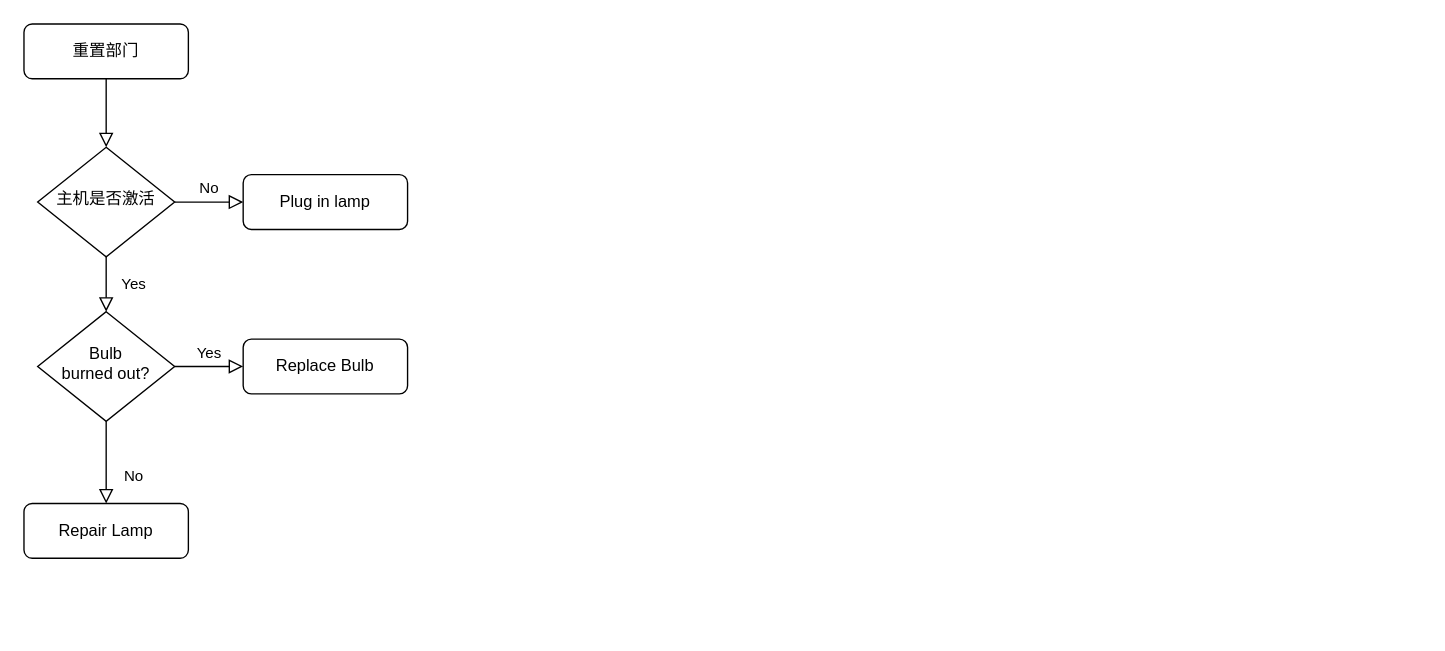
Above: 文档溯源.drawio in stephenZkang/diagrams (draw.io), before the change. Source tidied: cells renumbered, new cells numbered last; positions are measured from the earlier drawing's top-left corner, leaving out a move shared by most shapes. Both pictures are drawn from the tidied source at 137%, with x=0, y=0 at pixel (23, 23).
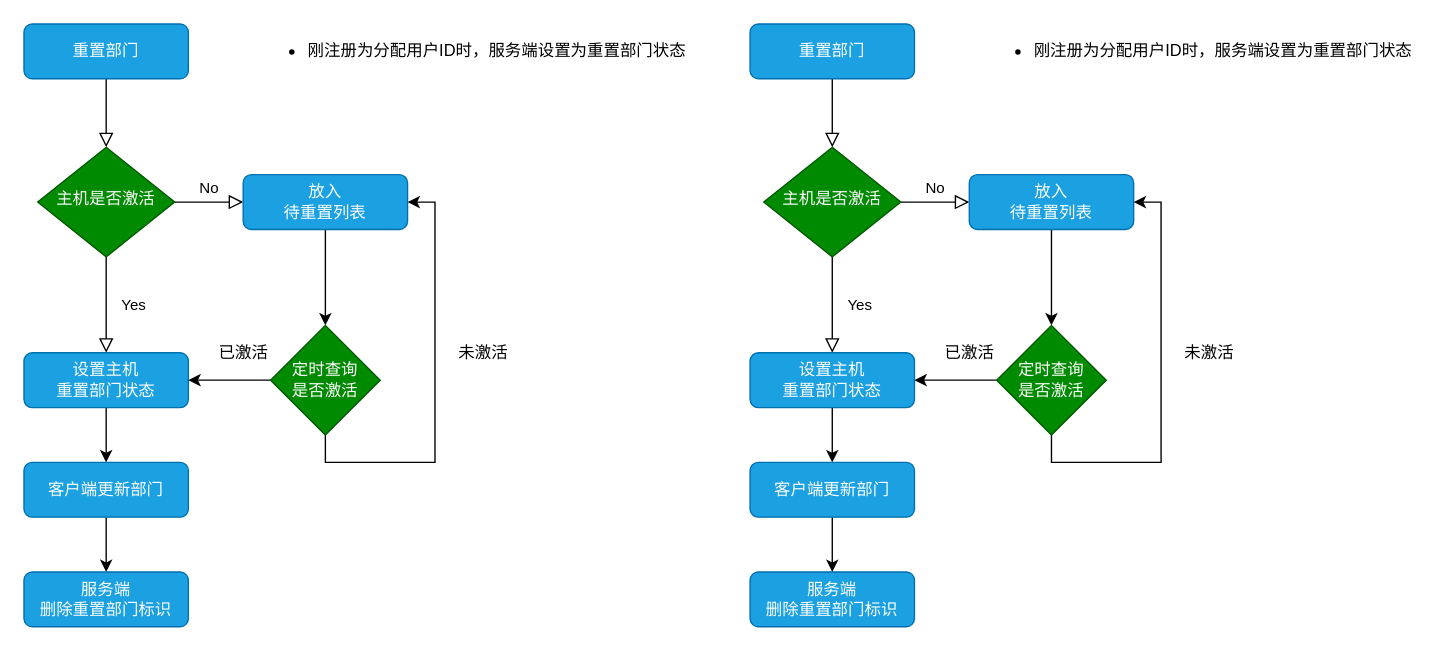
Above is the later version.

Commit message:
更新文档溯源.drawio

What changed in the source:
```diff
@@
-    <mxCell id="3" value="重置部门" style="rounded=1;whiteSpace=wrap;html=1;fontSize=12;glass=0;strokeWidth=1;shadow=0;" parent="1" vertex="1">
+    <mxCell id="3" value="重置部门" style="rounded=1;whiteSpace=wrap;html=1;fontSize=12;glass=0;strokeWidth=1;shadow=0;fillColor=#1ba1e2;fontColor=#ffffff;strokeColor=#006EAF;" parent="1" vertex="1">
       <mxGeometry width="120" height="40" as="geometry" />
     </mxCell>
-    <mxCell id="4" value="Yes" style="rounded=0;html=1;jettySize=auto;fontSize=11;endArrow=block;endFill=0;endSize=8;strokeWidth=1;shadow=0;labelBackgroundColor=none;edgeStyle=orthogonalEdgeStyle;" parent="1" edge="1" source="6" target="10">
+    <mxCell id="4" value="Yes" style="rounded=0;html=1;jettySize=auto;fontSize=11;endArrow=block;endFill=0;endSize=8;strokeWidth=1;shadow=0;labelBackgroundColor=none;edgeStyle=orthogonalEdgeStyle;entryX=0.5;entryY=0;entryDx=0;entryDy=0;" parent="1" edge="1" source="6" target="11">
       <mxGeometry y="20" relative="1" as="geometry" />
     </mxCell>
@@
-    <mxCell id="6" value="主机是否激活" style="rhombus;whiteSpace=wrap;html=1;shadow=0;fontFamily=Helvetica;fontSize=12;align=center;strokeWidth=1;spacing=6;spacingTop=-4;" parent="1" vertex="1">
+    <mxCell id="6" value="主机是否激活" style="rhombus;whiteSpace=wrap;html=1;shadow=0;fontFamily=Helvetica;fontSize=12;align=center;strokeWidth=1;spacing=6;spacingTop=-4;fillColor=#008a00;fontColor=#ffffff;strokeColor=#005700;" parent="1" vertex="1">
       <mxGeometry x="10" y="90" width="100" height="80" as="geometry" />
     </mxCell>
+    <mxCell id="13" style="edgeStyle=orthogonalEdgeStyle;rounded=0;jettySize=auto;html=1;" parent="1" edge="1" source="7" target="21">
+      <mxGeometry relative="1" as="geometry" />
+    </mxCell>
-    <mxCell id="7" value="Plug in lamp" style="rounded=1;whiteSpace=wrap;html=1;fontSize=12;glass=0;strokeWidth=1;shadow=0;" parent="1" vertex="1">
+    <mxCell id="7" value="放入&lt;br&gt;待重置列表" style="rounded=1;whiteSpace=wrap;html=1;fontSize=12;glass=0;strokeWidth=1;shadow=0;fillColor=#1ba1e2;fontColor=#ffffff;strokeColor=#006EAF;" parent="1" vertex="1">
       <mxGeometry x="160" y="110" width="120" height="40" as="geometry" />
     </mxCell>
+    <mxCell id="14" style="edgeStyle=orthogonalEdgeStyle;rounded=0;jettySize=auto;html=1;" parent="1" edge="1" source="11" target="16">
+      <mxGeometry relative="1" as="geometry" />
+    </mxCell>
+    <mxCell id="11" value="设置主机&lt;br&gt;重置部门状态" style="rounded=1;whiteSpace=wrap;html=1;fontSize=12;glass=0;strokeWidth=1;shadow=0;fillColor=#1ba1e2;fontColor=#ffffff;strokeColor=#006EAF;" parent="1" vertex="1">
+      <mxGeometry y="240" width="120" height="40" as="geometry" />
+    </mxCell>
+    <mxCell id="15" style="edgeStyle=orthogonalEdgeStyle;rounded=0;jettySize=auto;html=1;" parent="1" edge="1" source="16" target="17">
+      <mxGeometry relative="1" as="geometry" />
+    </mxCell>
+    <mxCell id="16" value="客户端更新部门" style="whiteSpace=wrap;html=1;rounded=1;glass=0;strokeWidth=1;shadow=0;fillColor=#1ba1e2;fontColor=#ffffff;strokeColor=#006EAF;" parent="1" vertex="1">
+      <mxGeometry y="320" width="120" height="40" as="geometry" />
+    </mxCell>
+    <mxCell id="17" value="服务端&lt;br&gt;删除重置部门标识" style="whiteSpace=wrap;html=1;rounded=1;glass=0;strokeWidth=1;shadow=0;fillColor=#1ba1e2;fontColor=#ffffff;strokeColor=#006EAF;" parent="1" vertex="1">
+      <mxGeometry y="400" width="120" height="40" as="geometry" />
+    </mxCell>
+    <mxCell id="18" style="edgeStyle=orthogonalEdgeStyle;rounded=0;orthogonalLoop=1;jettySize=auto;html=1;exitX=0.5;exitY=1;exitDx=0;exitDy=0;" parent="1" edge="1">
+      <mxGeometry relative="1" as="geometry">
+        <mxPoint x="220" y="240" as="sourcePoint" />
+        <mxPoint x="220" y="240" as="targetPoint" />
+      </mxGeometry>
+    </mxCell>
+    <mxCell id="19" style="edgeStyle=orthogonalEdgeStyle;rounded=0;jettySize=auto;html=1;exitX=0;exitY=0.5;exitDx=0;exitDy=0;entryX=1;entryY=0.5;entryDx=0;entryDy=0;" parent="1" edge="1" source="21" target="11">
+      <mxGeometry relative="1" as="geometry" />
+    </mxCell>
+    <mxCell id="20" style="edgeStyle=orthogonalEdgeStyle;rounded=0;jettySize=auto;html=1;exitX=0.5;exitY=1;exitDx=0;exitDy=0;elbow=vertical;entryX=1;entryY=0.5;entryDx=0;entryDy=0;" parent="1" edge="1" source="21" target="7">
+      <mxGeometry relative="1" as="geometry">
+        <Array as="points">
+          <mxPoint x="220" y="320" />
+          <mxPoint x="300" y="320" />
+          <mxPoint x="300" y="130" />
+        </Array>
+      </mxGeometry>
+    </mxCell>
+    <mxCell id="21" value="&lt;span style=&quot;&quot;&gt;定时查询&lt;br&gt;是否激活&lt;/span&gt;" style="rhombus;whiteSpace=wrap;html=1;fillColor=#008a00;fontColor=#ffffff;strokeColor=#005700;" parent="1" vertex="1">
+      <mxGeometry x="180" y="220" width="80" height="80" as="geometry" />
+    </mxCell>
+    <mxCell id="22" value="已激活" style="text;html=1;align=center;verticalAlign=middle;strokeColor=none;fillColor=none;" parent="1" vertex="1">
+      <mxGeometry x="135" y="230" width="50" height="20" as="geometry" />
+    </mxCell>
+    <mxCell id="23" value="未激活" style="text;html=1;align=center;verticalAlign=middle;strokeColor=none;fillColor=none;" parent="1" vertex="1">
+      <mxGeometry x="310" y="230" width="50" height="20" as="geometry" />
+    </mxCell>
+    <mxCell id="24" value="&lt;ul&gt;&lt;li&gt;刚注册为分配用户ID时，服务端设置为重置部门状态&lt;/li&gt;&lt;/ul&gt;" style="text;html=1;align=center;verticalAlign=middle;strokeColor=none;fillColor=none;" parent="1" vertex="1">
+      <mxGeometry x="160" width="330" height="40" as="geometry" />
+    </mxCell>
+    <mxCell id="25" style="rounded=0;html=1;jettySize=auto;fontSize=11;endArrow=block;endFill=0;endSize=8;strokeWidth=1;shadow=0;labelBackgroundColor=none;edgeStyle=orthogonalEdgeStyle;" parent="1" edge="1" source="26" target="27">
+      <mxGeometry relative="1" as="geometry" />
+    </mxCell>
+    <mxCell id="26" value="重置部门" style="rounded=1;whiteSpace=wrap;html=1;fontSize=12;glass=0;strokeWidth=1;shadow=0;fillColor=#1ba1e2;fontColor=#ffffff;strokeColor=#006EAF;" parent="1" vertex="1">
+      <mxGeometry x="530" width="120" height="40" as="geometry" />
+    </mxCell>
+    <mxCell id="9" value="Yes" style="rounded=0;html=1;jettySize=auto;fontSize=11;endArrow=block;endFill=0;endSize=8;strokeWidth=1;shadow=0;labelBackgroundColor=none;edgeStyle=orthogonalEdgeStyle;entryX=0.5;entryY=0;entryDx=0;entryDy=0;" parent="1" edge="1" source="27" target="31">
+      <mxGeometry y="20" relative="1" as="geometry" />
+    </mxCell>
-    <mxCell id="8" value="No" style="rounded=0;html=1;jettySize=auto;fontSize=11;endArrow=block;endFill=0;endSize=8;strokeWidth=1;shadow=0;labelBackgroundColor=none;edgeStyle=orthogonalEdgeStyle;" parent="1" edge="1" source="10" target="11">
-      <mxGeometry x="0.33" y="20" relative="1" as="geometry" />
+    <mxCell id="8" value="No" style="edgeStyle=orthogonalEdgeStyle;rounded=0;html=1;jettySize=auto;fontSize=11;endArrow=block;endFill=0;endSize=8;strokeWidth=1;shadow=0;labelBackgroundColor=none;" parent="1" edge="1" source="27" target="29">
+      <mxGeometry y="10" relative="1" as="geometry" />
     </mxCell>
-    <mxCell id="9" value="Yes" style="edgeStyle=orthogonalEdgeStyle;rounded=0;html=1;jettySize=auto;fontSize=11;endArrow=block;endFill=0;endSize=8;strokeWidth=1;shadow=0;labelBackgroundColor=none;" parent="1" edge="1" source="10" target="12">
-      <mxGeometry y="10" relative="1" as="geometry" />
-    </mxCell>
-    <mxCell id="10" value="Bulb&lt;br&gt;burned out?" style="rhombus;whiteSpace=wrap;html=1;shadow=0;fontFamily=Helvetica;fontSize=12;align=center;strokeWidth=1;spacing=6;spacingTop=-4;" parent="1" vertex="1">
-      <mxGeometry x="10" y="210" width="100" height="80" as="geometry" />
-    </mxCell>
-    <mxCell id="11" value="Repair Lamp" style="rounded=1;whiteSpace=wrap;html=1;fontSize=12;glass=0;strokeWidth=1;shadow=0;" parent="1" vertex="1">
-      <mxGeometry y="350" width="120" height="40" as="geometry" />
-    </mxCell>
-    <mxCell id="12" value="Replace Bulb" style="rounded=1;whiteSpace=wrap;html=1;fontSize=12;glass=0;strokeWidth=1;shadow=0;" parent="1" vertex="1">
-      <mxGeometry x="160" y="230" width="120" height="40" as="geometry" />
-    </mxCell>
+    <mxCell id="27" value="主机是否激活" style="rhombus;whiteSpace=wrap;html=1;shadow=0;fontFamily=Helvetica;fontSize=12;align=center;strokeWidth=1;spacing=6;spacingTop=-4;fillColor=#008a00;fontColor=#ffffff;strokeColor=#005700;" parent="1" vertex="1">
+      <mxGeometry x="540" y="90" width="100" height="80" as="geometry" />
+    </mxCell>
+    <mxCell id="28" style="edgeStyle=orthogonalEdgeStyle;rounded=0;jettySize=auto;html=1;" parent="1" edge="1" source="29" target="38">
+      <mxGeometry relative="1" as="geometry" />
+    </mxCell>
+    <mxCell id="29" value="放入&lt;br&gt;待重置列表" style="rounded=1;whiteSpace=wrap;html=1;fontSize=12;glass=0;strokeWidth=1;shadow=0;fillColor=#1ba1e2;fontColor=#ffffff;strokeColor=#006EAF;" parent="1" vertex="1">
+      <mxGeometry x="690" y="110" width="120" height="40" as="geometry" />
+    </mxCell>
+    <mxCell id="30" style="edgeStyle=orthogonalEdgeStyle;rounded=0;jettySize=auto;html=1;" parent="1" edge="1" source="31" target="33">
+      <mxGeometry relative="1" as="geometry" />
+    </mxCell>
+    <mxCell id="31" value="设置主机&lt;br&gt;重置部门状态" style="rounded=1;whiteSpace=wrap;html=1;fontSize=12;glass=0;strokeWidth=1;shadow=0;fillColor=#1ba1e2;fontColor=#ffffff;strokeColor=#006EAF;" parent="1" vertex="1">
+      <mxGeometry x="530" y="240" width="120" height="40" as="geometry" />
+    </mxCell>
+    <mxCell id="32" style="edgeStyle=orthogonalEdgeStyle;rounded=0;jettySize=auto;html=1;" parent="1" edge="1" source="33" target="34">
+      <mxGeometry relative="1" as="geometry" />
+    </mxCell>
+    <mxCell id="33" value="客户端更新部门" style="whiteSpace=wrap;html=1;rounded=1;glass=0;strokeWidth=1;shadow=0;fillColor=#1ba1e2;fontColor=#ffffff;strokeColor=#006EAF;" parent="1" vertex="1">
+      <mxGeometry x="530" y="320" width="120" height="40" as="geometry" />
+    </mxCell>
+    <mxCell id="34" value="服务端&lt;br&gt;删除重置部门标识" style="whiteSpace=wrap;html=1;rounded=1;glass=0;strokeWidth=1;shadow=0;fillColor=#1ba1e2;fontColor=#ffffff;strokeColor=#006EAF;" parent="1" vertex="1">
+      <mxGeometry x="530" y="400" width="120" height="40" as="geometry" />
+    </mxCell>
+    <mxCell id="35" style="edgeStyle=orthogonalEdgeStyle;rounded=0;orthogonalLoop=1;jettySize=auto;html=1;exitX=0.5;exitY=1;exitDx=0;exitDy=0;" parent="1" edge="1">
+      <mxGeometry relative="1" as="geometry">
+        <mxPoint x="750" y="240" as="sourcePoint" />
+        <mxPoint x="750" y="240" as="targetPoint" />
+      </mxGeometry>
+    </mxCell>
+    <mxCell id="36" style="edgeStyle=orthogonalEdgeStyle;rounded=0;jettySize=auto;html=1;exitX=0;exitY=0.5;exitDx=0;exitDy=0;entryX=1;entryY=0.5;entryDx=0;entryDy=0;" parent="1" edge="1" source="38" target="31">
+      <mxGeometry relative="1" as="geometry" />
+    </mxCell>
+    <mxCell id="37" style="edgeStyle=orthogonalEdgeStyle;rounded=0;jettySize=auto;html=1;exitX=0.5;exitY=1;exitDx=0;exitDy=0;elbow=vertical;entryX=1;entryY=0.5;entryDx=0;entryDy=0;" parent="1" edge="1" source="38" target="29">
+      <mxGeometry relative="1" as="geometry">
+        <Array as="points">
+          <mxPoint x="750" y="320" />
+          <mxPoint x="830" y="320" />
+          <mxPoint x="830" y="130" />
+        </Array>
+      </mxGeometry>
+    </mxCell>
+    <mxCell id="38" value="&lt;span style=&quot;&quot;&gt;定时查询&lt;br&gt;是否激活&lt;/span&gt;" style="rhombus;whiteSpace=wrap;html=1;fillColor=#008a00;fontColor=#ffffff;strokeColor=#005700;" parent="1" vertex="1">
+      <mxGeometry x="710" y="220" width="80" height="80" as="geometry" />
+    </mxCell>
+    <mxCell id="39" value="已激活" style="text;html=1;align=center;verticalAlign=middle;strokeColor=none;fillColor=none;" parent="1" vertex="1">
+      <mxGeometry x="665" y="230" width="50" height="20" as="geometry" />
+    </mxCell>
+    <mxCell id="40" value="未激活" style="text;html=1;align=center;verticalAlign=middle;strokeColor=none;fillColor=none;" parent="1" vertex="1">
+      <mxGeometry x="840" y="230" width="50" height="20" as="geometry" />
+    </mxCell>
+    <mxCell id="41" value="&lt;ul&gt;&lt;li&gt;刚注册为分配用户ID时，服务端设置为重置部门状态&lt;/li&gt;&lt;/ul&gt;" style="text;html=1;align=center;verticalAlign=middle;strokeColor=none;fillColor=none;" parent="1" vertex="1">
+      <mxGeometry x="690" width="330" height="40" as="geometry" />
+    </mxCell>
```
